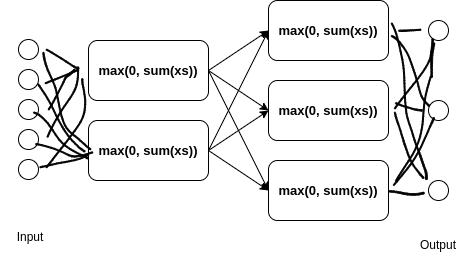
Before: images/neural-network.drawio.png, a diagram exported from draw.io (vackosar/vackosar.github.io). Source tidied: cells renumbered, new cells last; positions are measured from the earlier drawing's top-left corner, leaving out a move shared by most shapes.
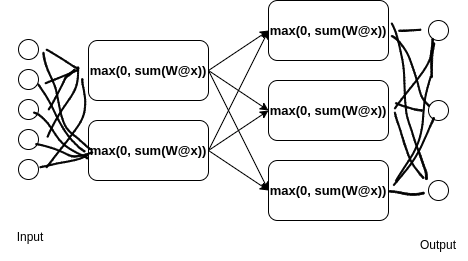
The same diagram one commit later.

Commit message:
neural network image

What changed in the source:
```diff
@@ -2,19 +2,19 @@
   <root>
     <mxCell id="0" />
     <mxCell id="1" parent="0" />
-    <mxCell id="2" value="&lt;b style=&quot;border-color: var(--border-color); font-size: 13px;&quot;&gt;max(0, sum(xs))&lt;/b&gt;" style="rounded=1;whiteSpace=wrap;html=1;" parent="1" vertex="1">
+    <mxCell id="2" value="&lt;b style=&quot;border-color: var(--border-color); font-size: 13px;&quot;&gt;max(0, sum(W@x))&lt;/b&gt;" style="rounded=1;whiteSpace=wrap;html=1;" parent="1" vertex="1">
       <mxGeometry x="88" y="40" width="120" height="60" as="geometry" />
     </mxCell>
-    <mxCell id="3" value="&lt;b style=&quot;border-color: var(--border-color); font-size: 13px;&quot;&gt;max(0, sum(xs))&lt;/b&gt;" style="rounded=1;whiteSpace=wrap;html=1;" parent="1" vertex="1">
+    <mxCell id="3" value="&lt;b style=&quot;border-color: var(--border-color); font-size: 13px;&quot;&gt;max(0, sum(W@x))&lt;/b&gt;" style="rounded=1;whiteSpace=wrap;html=1;" parent="1" vertex="1">
       <mxGeometry x="88" y="120" width="120" height="60" as="geometry" />
     </mxCell>
-    <mxCell id="4" value="&lt;b style=&quot;border-color: var(--border-color); font-size: 13px;&quot;&gt;max(0, sum(xs))&lt;/b&gt;" style="rounded=1;whiteSpace=wrap;html=1;" parent="1" vertex="1">
+    <mxCell id="4" value="&lt;b style=&quot;border-color: var(--border-color); font-size: 13px;&quot;&gt;max(0, sum(W@x))&lt;/b&gt;" style="rounded=1;whiteSpace=wrap;html=1;" parent="1" vertex="1">
       <mxGeometry x="268" width="120" height="60" as="geometry" />
     </mxCell>
-    <mxCell id="5" value="&lt;b style=&quot;border-color: var(--border-color); font-size: 13px;&quot;&gt;max(0, sum(xs))&lt;/b&gt;" style="rounded=1;whiteSpace=wrap;html=1;" parent="1" vertex="1">
+    <mxCell id="5" value="&lt;b style=&quot;border-color: var(--border-color); font-size: 13px;&quot;&gt;max(0, sum(W@x))&lt;/b&gt;" style="rounded=1;whiteSpace=wrap;html=1;" parent="1" vertex="1">
       <mxGeometry x="268" y="80" width="120" height="60" as="geometry" />
     </mxCell>
-    <mxCell id="6" value="&lt;b style=&quot;border-color: var(--border-color); font-size: 13px;&quot;&gt;max(0, sum(xs))&lt;/b&gt;" style="rounded=1;whiteSpace=wrap;html=1;" parent="1" vertex="1">
+    <mxCell id="6" value="&lt;b style=&quot;border-color: var(--border-color); font-size: 13px;&quot;&gt;max(0, sum(W@x))&lt;/b&gt;" style="rounded=1;whiteSpace=wrap;html=1;" parent="1" vertex="1">
       <mxGeometry x="268" y="160" width="120" height="60" as="geometry" />
     </mxCell>
     <mxCell id="7" style="endArrow=classic;html=1;rounded=0;exitX=1;exitY=0.5;exitDx=0;exitDy=0;entryX=0;entryY=0.5;entryDx=0;entryDy=0;" parent="1" edge="1" source="3" target="6">
```
